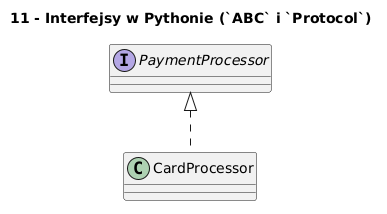
tborzyszkowski/python-programming keeps this PlantUML diagram as src/_04-classes/11-interfaces-in-python/diagrams/topic_11.png. Above is the earlier version.
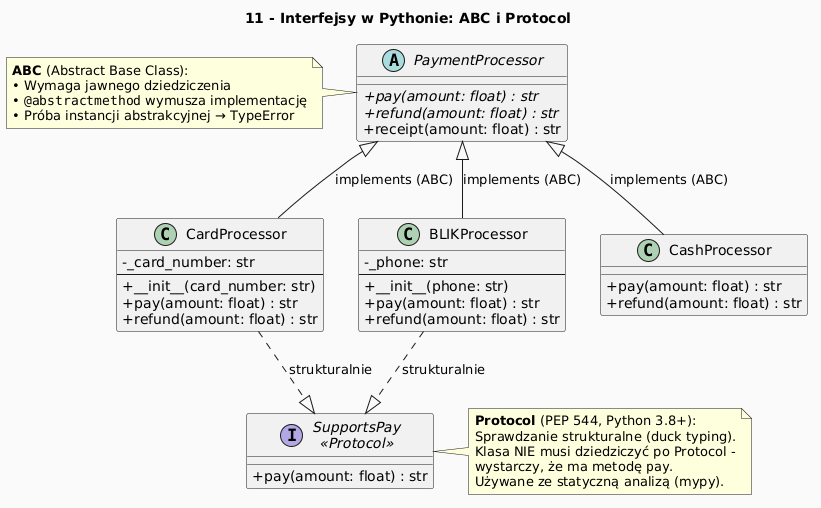
Later version of the same file.

What changed in the source:
```diff
@@ -1,7 +1,58 @@
 @startuml
 skinparam classAttributeIconSize 0
-        title 11 - Interfejsy w Pythonie (`ABC` i `Protocol`)
-        interface PaymentProcessor
-class CardProcessor
-PaymentProcessor <|.. CardProcessor
+skinparam backgroundColor #FAFAFA
+title 11 - Interfejsy w Pythonie: ABC i Protocol
+
+abstract class PaymentProcessor {
+  + {abstract} pay(amount: float) : str
+  + {abstract} refund(amount: float) : str
+  + receipt(amount: float) : str
+}
+
+class CardProcessor {
+  - _card_number: str
+  --
+  + __init__(card_number: str)
+  + pay(amount: float) : str
+  + refund(amount: float) : str
+}
+
+class BLIKProcessor {
+  - _phone: str
+  --
+  + __init__(phone: str)
+  + pay(amount: float) : str
+  + refund(amount: float) : str
+}
+
+class CashProcessor {
+  + pay(amount: float) : str
+  + refund(amount: float) : str
+}
+
+PaymentProcessor <|-- CardProcessor  : implements (ABC)
+PaymentProcessor <|-- BLIKProcessor  : implements (ABC)
+PaymentProcessor <|-- CashProcessor  : implements (ABC)
+
+interface "SupportsPay\n<<Protocol>>" as SupportsPay {
+  + pay(amount: float) : str
+}
+
+note right of SupportsPay
+  **Protocol** (PEP 544, Python 3.8+):
+  Sprawdzanie strukturalne (duck typing).
+  Klasa NIE musi dziedziczyć po Protocol -
+  wystarczy, że ma metodę ""pay"".
+  Używane ze statyczną analizą (mypy).
+end note
+
+CardProcessor  ..|> SupportsPay : strukturalnie
+BLIKProcessor  ..|> SupportsPay : strukturalnie
+
+note left of PaymentProcessor
+  **ABC** (Abstract Base Class):
+  • Wymaga jawnego dziedziczenia
+  • ""@abstractmethod"" wymusza implementację
+  • Próba instancji abstrakcyjnej → TypeError
+end note
 @enduml
```
